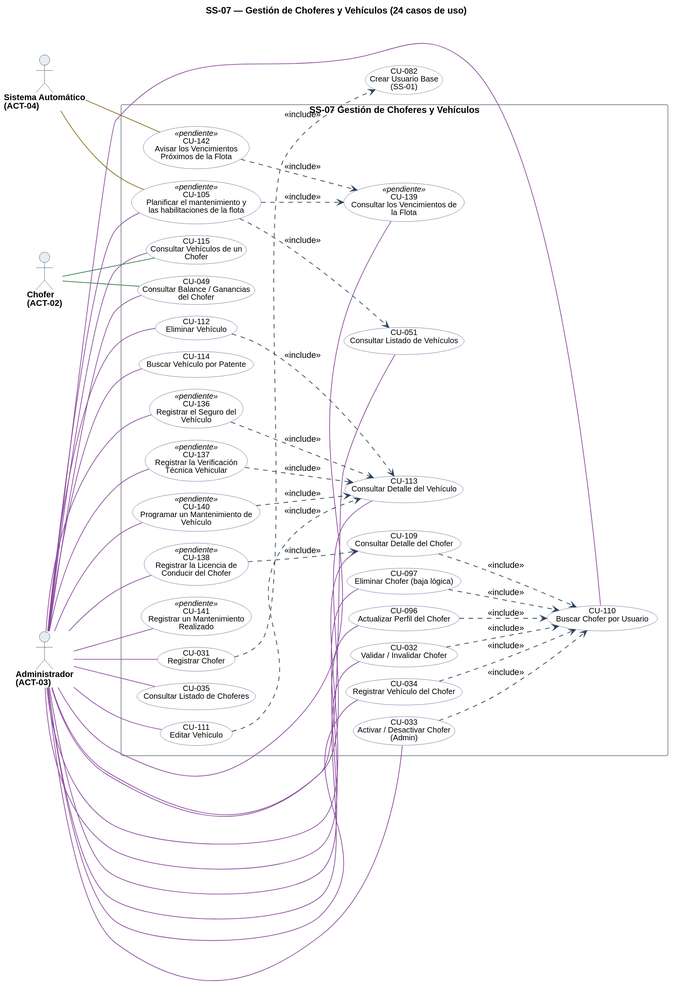
Before: diagramas/uml/CU_SS-07_Gestion-De-Choferes-Y-Vehiculos.svg, a diagram exported from PlantUML (Nahuelito-Dev/splg-docs).
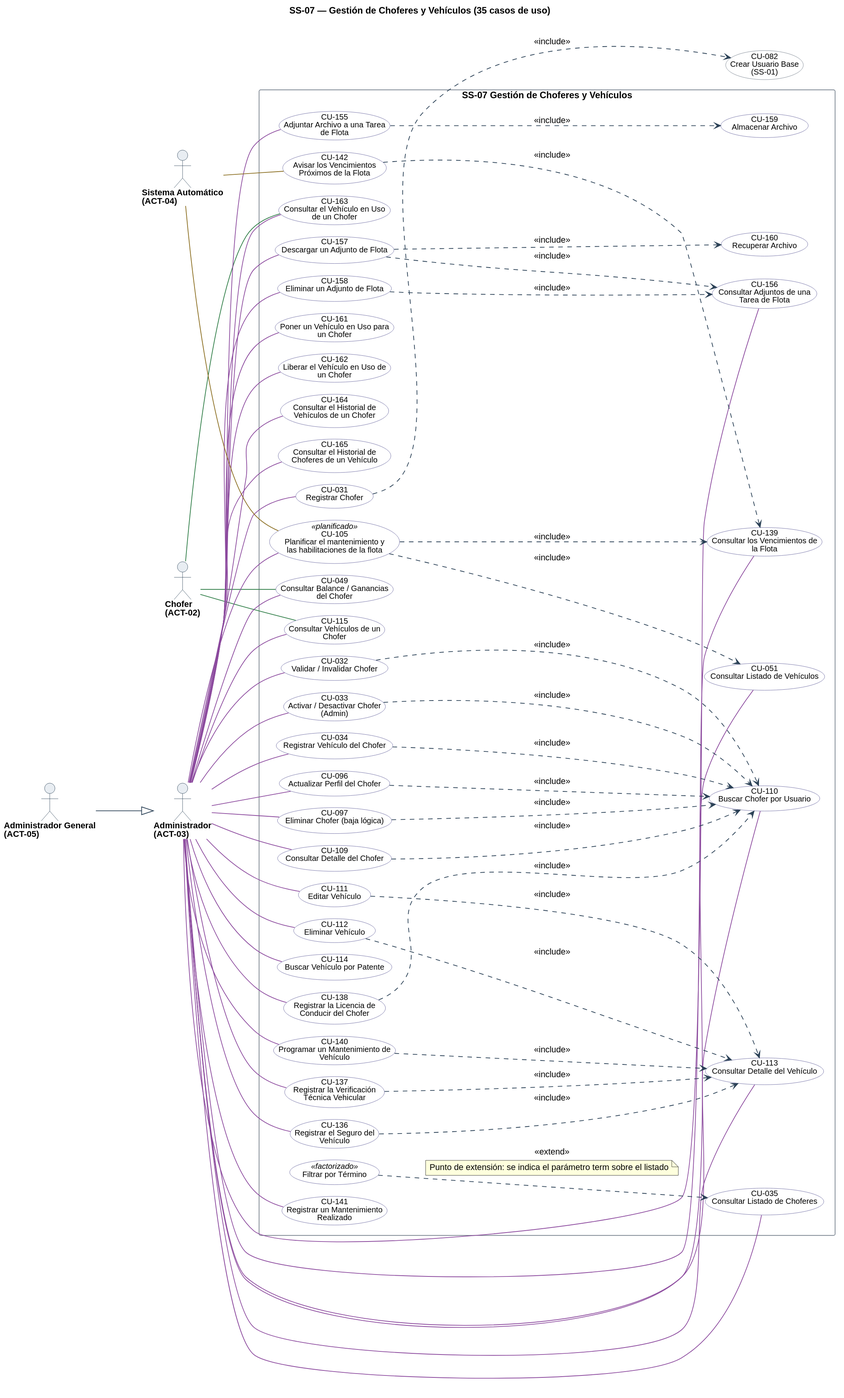
The same file after the commit.

The edit, as a diff of the source:
```diff
@@ -1,5 +1,5 @@
 @startuml
-title SS-07 — Gestión de Choferes y Vehículos (24 casos de uso)
+title SS-07 — Gestión de Choferes y Vehículos (35 casos de uso)
 left to right direction
 skinparam backgroundColor #FFFFFF
 skinparam shadowing false
@@ -28,8 +28,8 @@
 skinparam nodesep 18
 skinparam ranksep 70
 skinparam usecase {
-  BorderColor<<pendiente>> #9C4436
-  BackgroundColor<<pendiente>> #F6E4E1
+  BorderColor<<planificado>> #9C4436
+  BackgroundColor<<planificado>> #F6E4E1
   BorderColor<<factorizado>> #6B7683
   BackgroundColor<<factorizado>> #F2F4F6
 }
@@ -37,6 +37,7 @@
 actor "Chofer\n(ACT-02)" as A02
 actor "Administrador\n(ACT-03)" as A03
 actor "Sistema Automático\n(ACT-04)" as A04
+actor "Administrador General\n(ACT-05)" as A05
 
 rectangle "SS-07 Gestión de Choferes y Vehículos" {
   usecase "CU-031\nRegistrar Chofer" as U031 #back:FFFFFF;line:5A5896
@@ -48,7 +49,7 @@
   usecase "CU-051\nConsultar Listado de Vehículos" as U051 #back:FFFFFF;line:5A5896
   usecase "CU-096\nActualizar Perfil del Chofer" as U096 #back:FFFFFF;line:5A5896
   usecase "CU-097\nEliminar Chofer (baja lógica)" as U097 #back:FFFFFF;line:5A5896
-  usecase "CU-105\nPlanificar el mantenimiento y\nlas habilitaciones de la flota" as U105 <<pendiente>> #back:FFFFFF;line:5A5896
+  usecase "CU-105\nPlanificar el mantenimiento y\nlas habilitaciones de la flota" as U105 <<planificado>> #back:FFFFFF;line:5A5896
   usecase "CU-109\nConsultar Detalle del Chofer" as U109 #back:FFFFFF;line:5A5896
   usecase "CU-110\nBuscar Chofer por Usuario" as U110 #back:FFFFFF;line:5A5896
   usecase "CU-111\nEditar Vehículo" as U111 #back:FFFFFF;line:5A5896
@@ -56,19 +57,32 @@
   usecase "CU-113\nConsultar Detalle del Vehículo" as U113 #back:FFFFFF;line:5A5896
   usecase "CU-114\nBuscar Vehículo por Patente" as U114 #back:FFFFFF;line:5A5896
   usecase "CU-115\nConsultar Vehículos de un\nChofer" as U115 #back:FFFFFF;line:5A5896
-  usecase "CU-136\nRegistrar el Seguro del\nVehículo" as U136 <<pendiente>> #back:FFFFFF;line:5A5896
-  usecase "CU-137\nRegistrar la Verificación\nTécnica Vehicular" as U137 <<pendiente>> #back:FFFFFF;line:5A5896
-  usecase "CU-138\nRegistrar la Licencia de\nConducir del Chofer" as U138 <<pendiente>> #back:FFFFFF;line:5A5896
-  usecase "CU-139\nConsultar los Vencimientos de\nla Flota" as U139 <<pendiente>> #back:FFFFFF;line:5A5896
-  usecase "CU-140\nProgramar un Mantenimiento de\nVehículo" as U140 <<pendiente>> #back:FFFFFF;line:5A5896
-  usecase "CU-141\nRegistrar un Mantenimiento\nRealizado" as U141 <<pendiente>> #back:FFFFFF;line:5A5896
-  usecase "CU-142\nAvisar los Vencimientos\nPróximos de la Flota" as U142 <<pendiente>> #back:FFFFFF;line:5A5896
+  usecase "CU-136\nRegistrar el Seguro del\nVehículo" as U136 #back:FFFFFF;line:5A5896
+  usecase "CU-137\nRegistrar la Verificación\nTécnica Vehicular" as U137 #back:FFFFFF;line:5A5896
+  usecase "CU-138\nRegistrar la Licencia de\nConducir del Chofer" as U138 #back:FFFFFF;line:5A5896
+  usecase "CU-139\nConsultar los Vencimientos de\nla Flota" as U139 #back:FFFFFF;line:5A5896
+  usecase "CU-140\nProgramar un Mantenimiento de\nVehículo" as U140 #back:FFFFFF;line:5A5896
+  usecase "CU-141\nRegistrar un Mantenimiento\nRealizado" as U141 #back:FFFFFF;line:5A5896
+  usecase "CU-142\nAvisar los Vencimientos\nPróximos de la Flota" as U142 #back:FFFFFF;line:5A5896
+  usecase "CU-155\nAdjuntar Archivo a una Tarea\nde Flota" as U155 #back:FFFFFF;line:5A5896
+  usecase "CU-156\nConsultar Adjuntos de una\nTarea de Flota" as U156 #back:FFFFFF;line:5A5896
+  usecase "CU-157\nDescargar un Adjunto de Flota" as U157 #back:FFFFFF;line:5A5896
+  usecase "CU-158\nEliminar un Adjunto de Flota" as U158 #back:FFFFFF;line:5A5896
+  usecase "CU-159\nAlmacenar Archivo" as U159 #back:FFFFFF;line:5A5896
+  usecase "CU-160\nRecuperar Archivo" as U160 #back:FFFFFF;line:5A5896
+  usecase "CU-161\nPoner un Vehículo en Uso para\nun Chofer" as U161 #back:FFFFFF;line:5A5896
+  usecase "CU-162\nLiberar el Vehículo en Uso de\nun Chofer" as U162 #back:FFFFFF;line:5A5896
+  usecase "CU-163\nConsultar el Vehículo en Uso\nde un Chofer" as U163 #back:FFFFFF;line:5A5896
+  usecase "CU-164\nConsultar el Historial de\nVehículos de un Chofer" as U164 #back:FFFFFF;line:5A5896
+  usecase "CU-165\nConsultar el Historial de\nChoferes de un Vehículo" as U165 #back:FFFFFF;line:5A5896
+  usecase "Filtrar por Término" as F_TERM <<factorizado>> #back:FFFFFF;line:5A5896
 }
 
 usecase "CU-082\nCrear Usuario Base\n(SS-01)" as U082 #back:FFFFFF;line:6B7683
 
 A02 -[#2E7D46]- U049
 A02 -[#2E7D46]- U115
+A02 -[#2E7D46]- U163
 A03 -[#8C4A9E]- U031
 A03 -[#8C4A9E]- U032
 A03 -[#8C4A9E]- U033
@@ -92,13 +106,23 @@
 A03 -[#8C4A9E]- U139
 A03 -[#8C4A9E]- U140
 A03 -[#8C4A9E]- U141
+A03 -[#8C4A9E]- U155
+A03 -[#8C4A9E]- U156
+A03 -[#8C4A9E]- U157
+A03 -[#8C4A9E]- U158
+A03 -[#8C4A9E]- U161
+A03 -[#8C4A9E]- U162
+A03 -[#8C4A9E]- U163
+A03 -[#8C4A9E]- U164
+A03 -[#8C4A9E]- U165
 A04 -[#8A6D1F]- U105
 A04 -[#8A6D1F]- U142
+A05 --|> A03
 
 U136 ..> U113 : <<include>>
 U137 ..> U113 : <<include>>
 U140 ..> U113 : <<include>>
-U138 ..> U109 : <<include>>
+U138 ..> U110 : <<include>>
 U105 ..> U139 : <<include>>
 U142 ..> U139 : <<include>>
 U096 ..> U110 : <<include>>
@@ -110,5 +134,14 @@
 U111 ..> U113 : <<include>>
 U112 ..> U113 : <<include>>
 U105 ..> U051 : <<include>>
+U155 ..> U159 : <<include>>
+U157 ..> U156 : <<include>>
+U157 ..> U160 : <<include>>
+U158 ..> U156 : <<include>>
 U031 ..> U082 : <<include>>
+
+F_TERM ..> U035 : <<extend>>
+note on link
+  Punto de extensión: se indica el parámetro term sobre el listado
+end note
 @enduml
```
